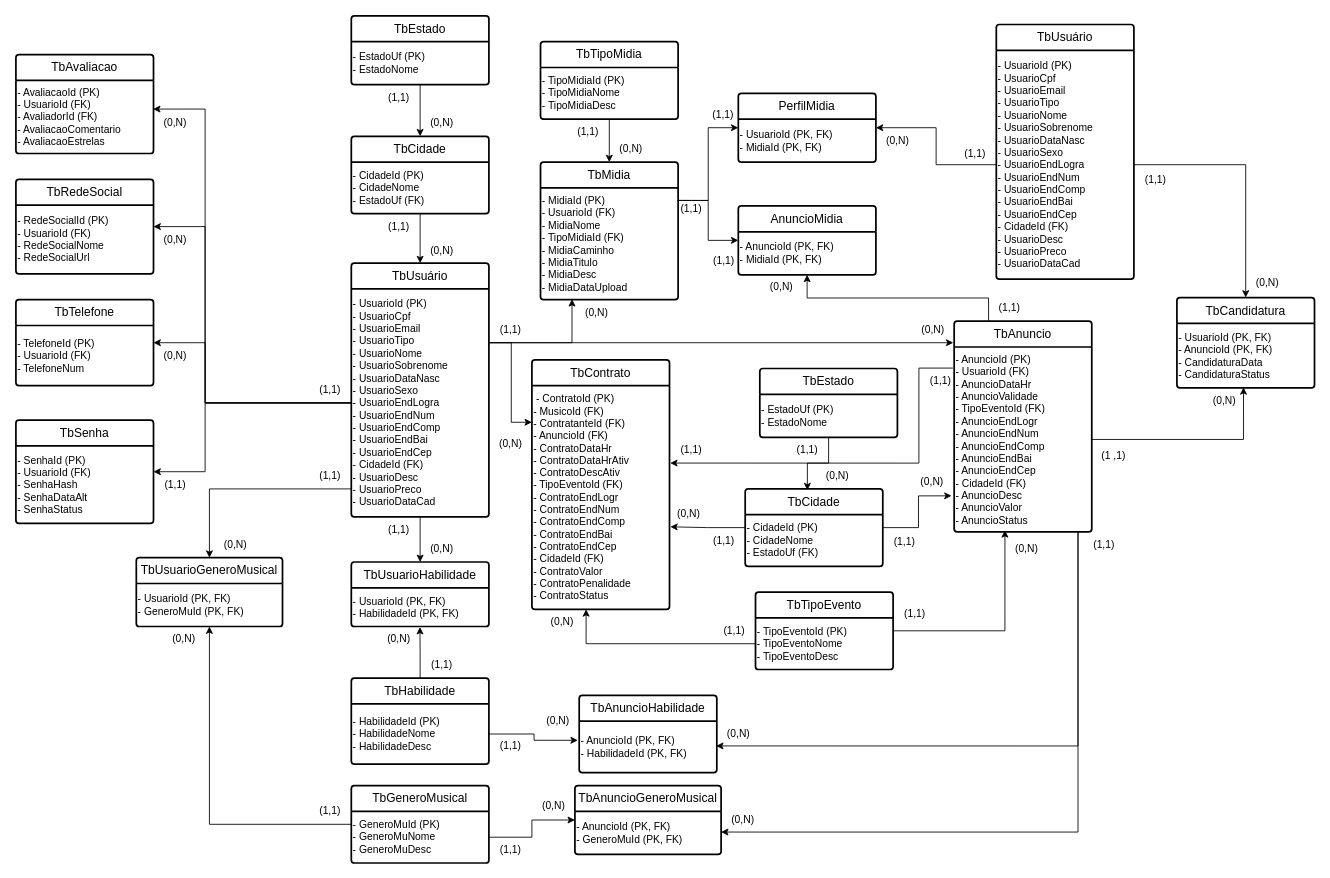
This is docs/MER.drawio from MusiConnect-com/MusiConnect, a draw.io file, before an edit. Source tidied: cells renumbered, new cells numbered last; positions are measured from the earlier drawing's top-left corner, leaving out a move shared by most shapes. Both pictures are drawn from the tidied source at 86%, with x=0, y=0 at pixel (15, 15).
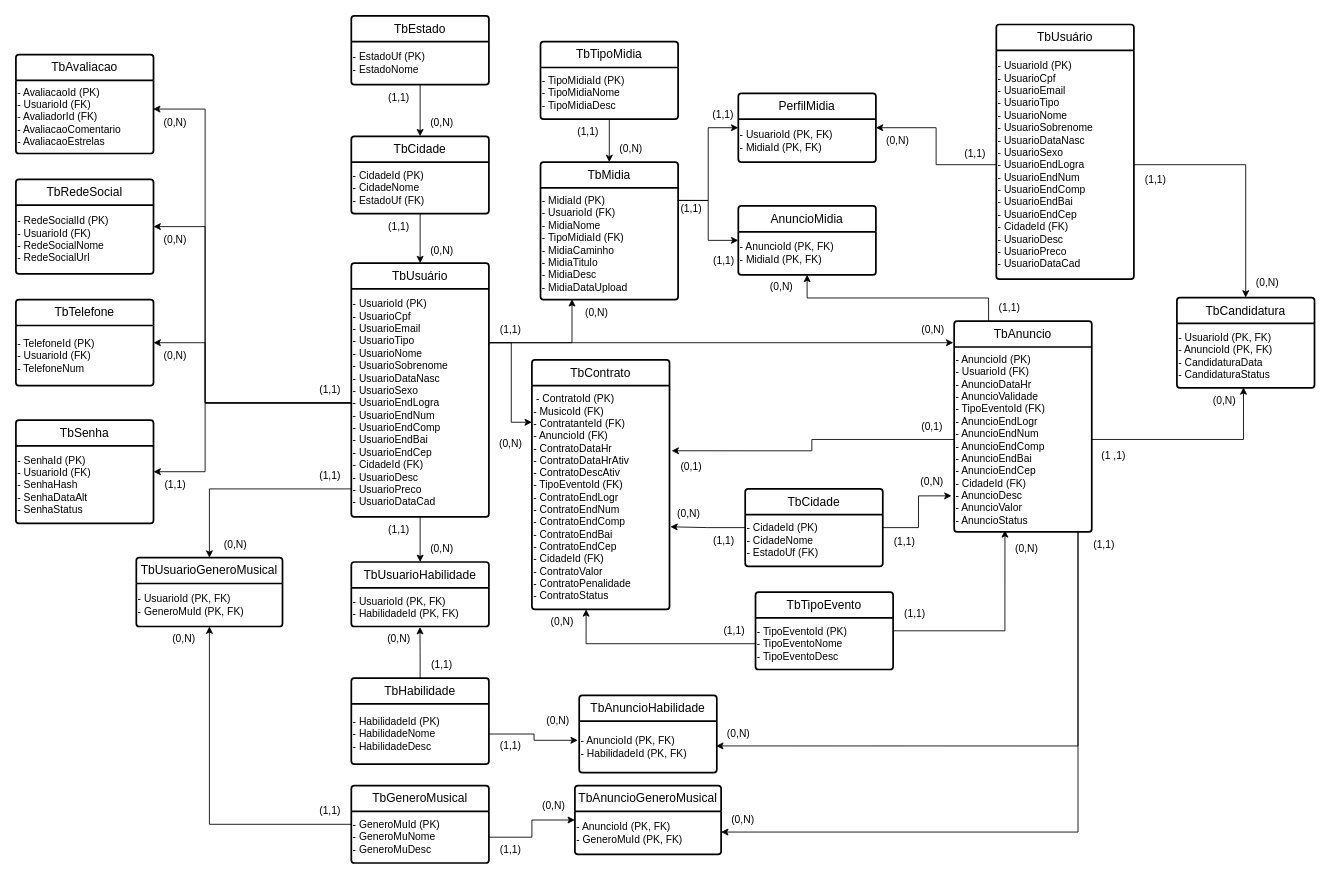
Above is the later version.

The change refers to these unchanged cells:
```xml
<mxCell id="30" value="- AnuncioId (PK)&lt;div&gt;- UsuarioId (FK)&lt;/div&gt;&lt;div&gt;- AnuncioDataHr&lt;/div&gt;&lt;div&gt;- AnuncioValidade&lt;/div&gt;&lt;div&gt;- TipoEventoId (FK)&lt;/div&gt;&lt;div&gt;- AnuncioEndLogr&lt;/div&gt;&lt;div&gt;- AnuncioEndNum&lt;/div&gt;&lt;div&gt;- AnuncioEndComp&lt;/div&gt;&lt;div&gt;- AnuncioEndBai&lt;/div&gt;&lt;div&gt;- AnuncioEndCep&lt;/div&gt;&lt;div&gt;- CidadeId (FK)&lt;/div&gt;&lt;div&gt;- AnuncioDesc&lt;/div&gt;&lt;div&gt;- AnuncioValor&lt;/div&gt;&lt;div&gt;- AnuncioStatus&lt;/div&gt;" style="text;html=1;align=left;verticalAlign=middle;points=[];strokeColor=none;fillColor=none;" parent="29" vertex="1">
  <mxGeometry y="30" width="160" height="215" as="geometry" />
</mxCell>
<mxCell id="47" value="&amp;nbsp;- ContratoId (PK)&lt;div&gt;- MusicoId (FK)&lt;/div&gt;&lt;div&gt;- ContratanteId (FK)&lt;/div&gt;&lt;div&gt;- AnuncioId (FK)&lt;/div&gt;&lt;div&gt;- ContratoDataHr&lt;/div&gt;&lt;div&gt;- ContratoDataHrAtiv&lt;/div&gt;&lt;div&gt;- ContratoDescAtiv&lt;/div&gt;&lt;div&gt;- TipoEventoId (FK)&lt;/div&gt;&lt;div&gt;- ContratoEndLogr&lt;/div&gt;&lt;div&gt;- ContratoEndNum&lt;/div&gt;&lt;div&gt;- ContratoEndComp&lt;/div&gt;&lt;div&gt;- ContratoEndBai&lt;/div&gt;&lt;div&gt;- ContratoEndCep&lt;/div&gt;&lt;div&gt;- CidadeId (FK)&lt;/div&gt;&lt;div&gt;- ContratoValor&lt;/div&gt;&lt;div&gt;- ContratoPenalidade&lt;/div&gt;&lt;div&gt;- ContratoStatus&lt;/div&gt;" style="text;html=1;align=left;verticalAlign=middle;points=[];strokeColor=none;fillColor=none;" parent="46" vertex="1">
  <mxGeometry y="30" width="160" height="260" as="geometry" />
</mxCell>
<mxCell id="103" value="TbCidade" style="swimlane;horizontal=1;startSize=30;rounded=1;fontSize=14;fontStyle=0;strokeWidth=2;shadow=0;dashed=0;align=center;arcSize=4;whiteSpace=wrap;html=1;" parent="1" vertex="1">
  <mxGeometry x="848" y="550" width="160" height="90" as="geometry" />
</mxCell>
```

Diff of the diagram source:
```diff
@@
-    <mxCell id="105" value="TbEstado" style="swimlane;horizontal=1;startSize=30;rounded=1;fontSize=14;fontStyle=0;strokeWidth=2;shadow=0;dashed=0;align=center;arcSize=4;whiteSpace=wrap;html=1;" parent="1" vertex="1">
-      <mxGeometry x="865" y="410" width="160" height="80" as="geometry" />
-    </mxCell>
-    <mxCell id="106" value="- EstadoUf (PK)&lt;div&gt;- EstadoNome&lt;/div&gt;" style="text;html=1;align=left;verticalAlign=middle;points=[];strokeColor=none;fillColor=none;" parent="105" vertex="1">
-      <mxGeometry y="30" width="160" height="50" as="geometry" />
-    </mxCell>
-    <mxCell id="107" value="(0,N)" style="text;html=1;align=center;verticalAlign=middle;strokeColor=none;fillColor=none;" parent="1" vertex="1">
-      <mxGeometry x="930" y="520" width="50" height="30" as="geometry" />
-    </mxCell>
-    <mxCell id="108" value="(1,1)" style="text;html=1;align=center;verticalAlign=middle;strokeColor=none;fillColor=none;" parent="1" vertex="1">
-      <mxGeometry x="895" y="490" width="50" height="30" as="geometry" />
-    </mxCell>
@@
-    <mxCell id="112" style="edgeStyle=orthogonalEdgeStyle;rounded=0;jettySize=auto;html=1;entryX=0.452;entryY=0.017;entryDx=0;entryDy=0;entryPerimeter=0;" parent="1" edge="1" source="106" target="103">
-      <mxGeometry relative="1" as="geometry" />
-    </mxCell>
@@
-    <mxCell id="124" style="edgeStyle=orthogonalEdgeStyle;rounded=0;jettySize=auto;html=1;entryX=1.005;entryY=0.346;entryDx=0;entryDy=0;entryPerimeter=0;exitX=-0.009;exitY=0.114;exitDx=0;exitDy=0;exitPerimeter=0;" parent="1" edge="1" source="30" target="47">
-      <mxGeometry relative="1" as="geometry">
-        <Array as="points">
-          <mxPoint x="1050" y="410" />
-          <mxPoint x="1050" y="520" />
-        </Array>
-      </mxGeometry>
-    </mxCell>
-    <mxCell id="125" value="(1,1)" style="text;html=1;align=center;verticalAlign=middle;strokeColor=none;fillColor=none;" parent="1" vertex="1">
-      <mxGeometry x="1050" y="410" width="50" height="30" as="geometry" />
+    <mxCell id="125" value="(0,1)" style="text;html=1;align=center;verticalAlign=middle;strokeColor=none;fillColor=none;" parent="1" vertex="1">
+      <mxGeometry x="1040" y="462.5" width="50" height="30" as="geometry" />
     </mxCell>
-    <mxCell id="126" value="(1,1)" style="text;html=1;align=center;verticalAlign=middle;strokeColor=none;fillColor=none;" parent="1" vertex="1">
-      <mxGeometry x="760" y="490" width="50" height="30" as="geometry" />
-    </mxCell>
@@
+    <mxCell id="124" style="edgeStyle=orthogonalEdgeStyle;rounded=0;jettySize=auto;html=1;entryX=1.015;entryY=0.291;entryDx=0;entryDy=0;entryPerimeter=0;" parent="1" edge="1" source="30" target="47">
+      <mxGeometry relative="1" as="geometry" />
+    </mxCell>
+    <mxCell id="133" value="(0,1)" style="text;html=1;align=center;verticalAlign=middle;strokeColor=none;fillColor=none;" parent="1" vertex="1">
+      <mxGeometry x="760" y="510" width="50" height="30" as="geometry" />
+    </mxCell>
```
